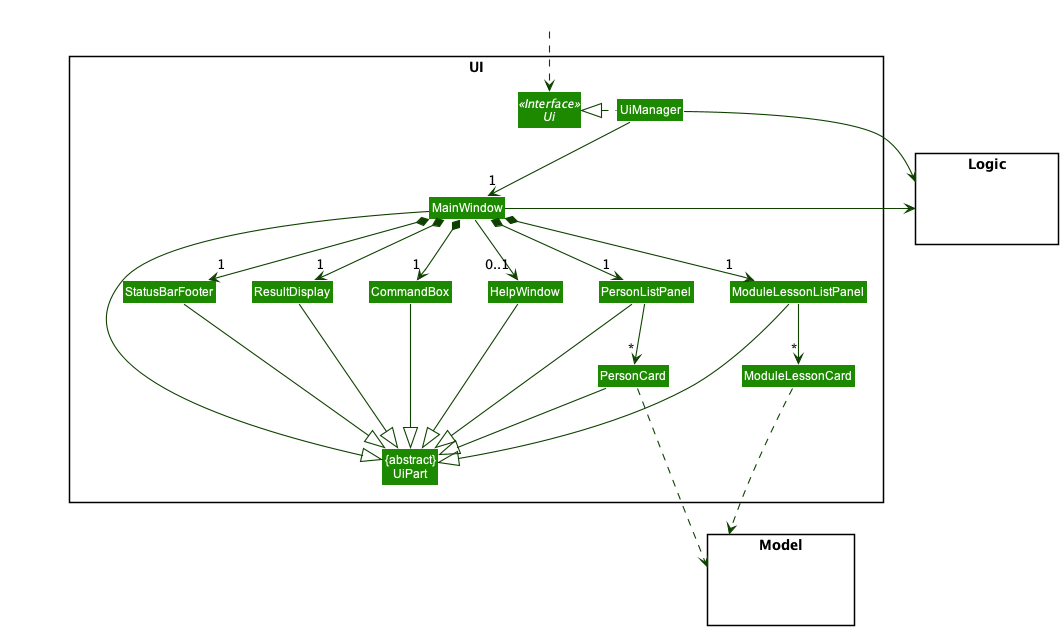
This is docs/images/UiClassDiagram.png from nus-cs2103-AY2122S1/tp, a PlantUML export, as it was before one commit.
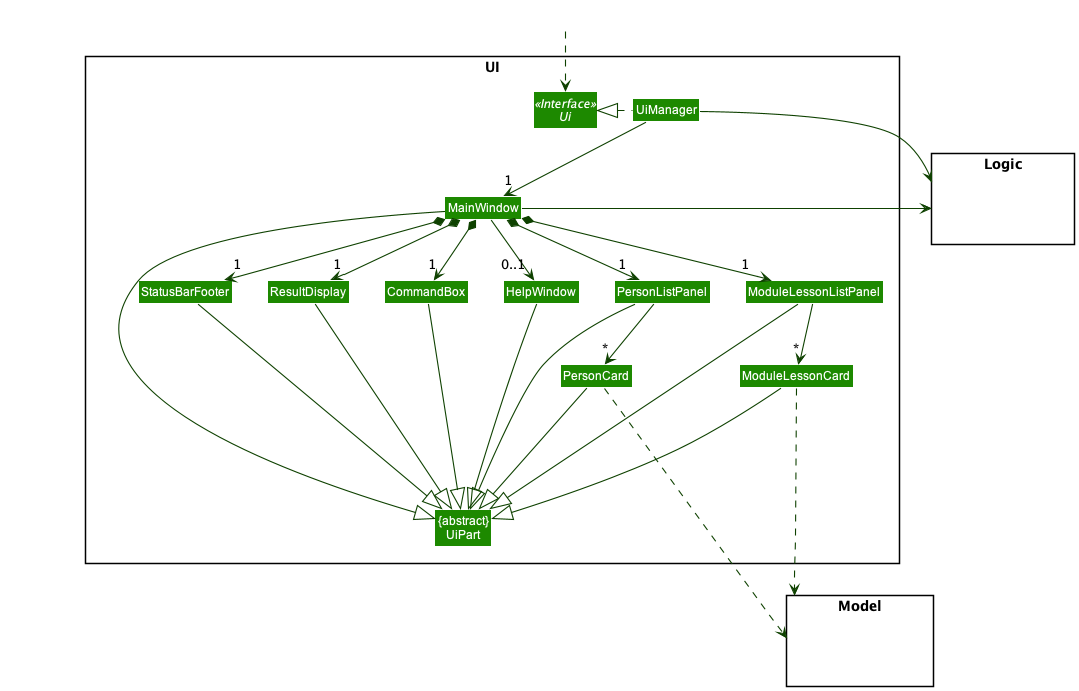
After the change.

What changed in the source:
```diff
@@ -51,9 +51,10 @@
 StatusBarFooter --|> UiPart
 HelpWindow --|> UiPart
 ModuleLessonListPanel --|> UiPart
+ModuleLessonCard ---|> UiPart
 
 PersonCard ..> Model
-ModuleLessonCard ...> Model
+ModuleLessonCard ....> Model
 UiManager -right-> Logic
 MainWindow -left-> Logic
 
@@ -61,6 +62,8 @@
 HelpWindow -[hidden]left- CommandBox
 CommandBox -[hidden]left- ResultDisplay
 ResultDisplay -[hidden]left- StatusBarFooter
+ModuleLessonListPanel -[hidden]left- PersonListPanel
+ModuleLessonCard -[hidden]left- PersonCard
 
 MainWindow -[hidden]-|> UiPart
 @enduml
```
